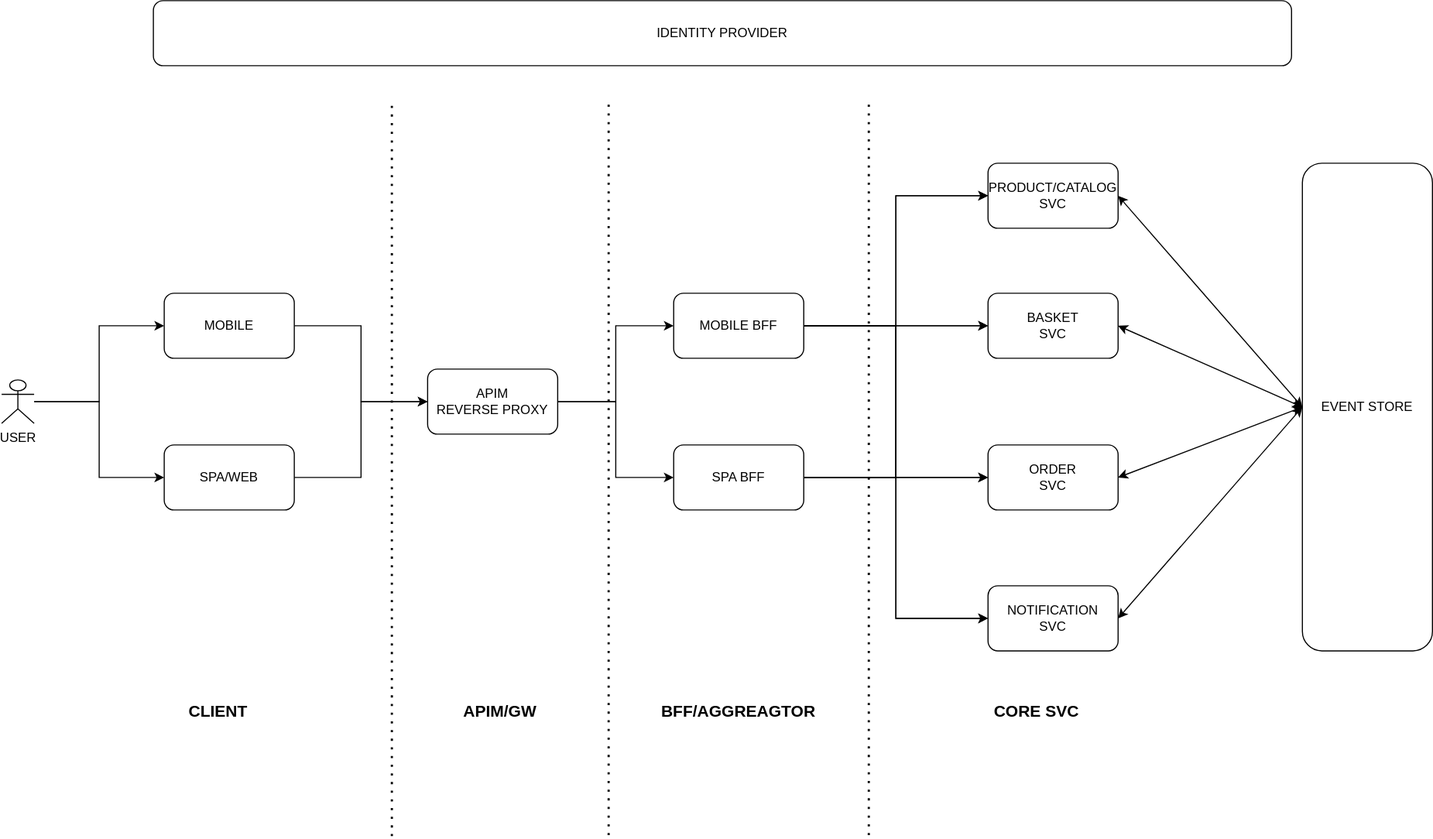
akash-karve-dev/CricketStore keeps this draw.io diagram as SolutionItems/architecture.drawio.svg. Above is the earlier version. Source tidied: cells renumbered, new cells last; positions are measured from the earlier drawing's top-left corner, leaving out a move shared by most shapes.
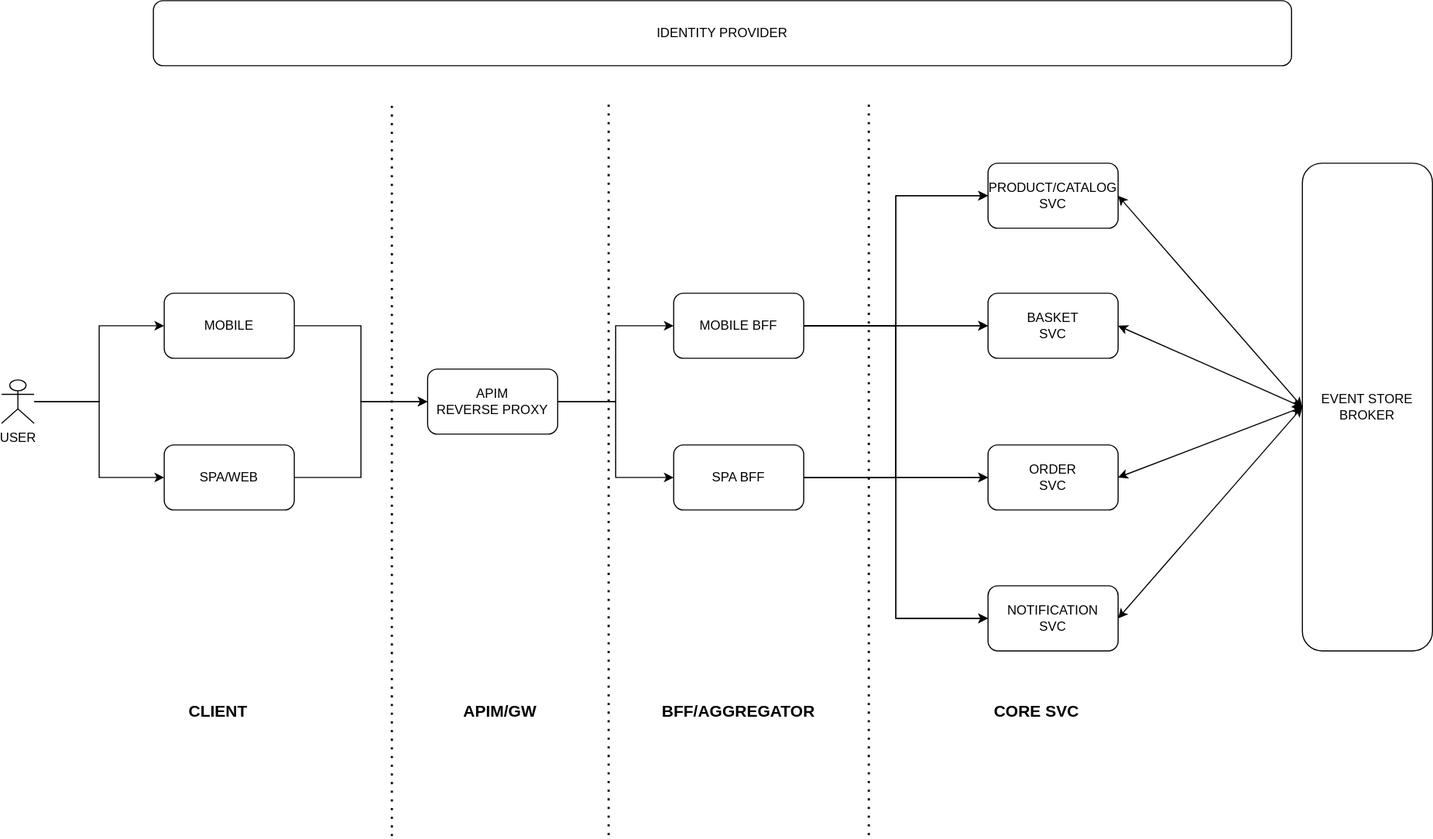
After the change.

Change to the diagram source:
```diff
@@ -101,13 +101,13 @@
     <mxCell id="31" value="&lt;b&gt;&lt;font style=&quot;font-size: 15px;&quot;&gt;APIM/GW&lt;/font&gt;&lt;/b&gt;" style="text;html=1;strokeColor=none;fillColor=none;align=center;verticalAlign=middle;whiteSpace=wrap;rounded=0;" parent="1" vertex="1">
       <mxGeometry x="430" y="640" width="60" height="30" as="geometry" />
     </mxCell>
-    <mxCell id="32" value="&lt;b&gt;&lt;font style=&quot;font-size: 15px;&quot;&gt;BFF/AGGREAGTOR&lt;/font&gt;&lt;/b&gt;" style="text;html=1;strokeColor=none;fillColor=none;align=center;verticalAlign=middle;whiteSpace=wrap;rounded=0;" parent="1" vertex="1">
+    <mxCell id="32" value="&lt;b&gt;&lt;font style=&quot;font-size: 15px;&quot;&gt;BFF/AGGREGATOR&lt;/font&gt;&lt;/b&gt;" style="text;html=1;strokeColor=none;fillColor=none;align=center;verticalAlign=middle;whiteSpace=wrap;rounded=0;" parent="1" vertex="1">
       <mxGeometry x="650" y="640" width="60" height="30" as="geometry" />
     </mxCell>
     <mxCell id="33" value="&lt;span style=&quot;font-size: 15px;&quot;&gt;&lt;b&gt;CORE SVC&lt;/b&gt;&lt;/span&gt;" style="text;html=1;strokeColor=none;fillColor=none;align=center;verticalAlign=middle;whiteSpace=wrap;rounded=0;" parent="1" vertex="1">
       <mxGeometry x="910" y="640" width="90" height="30" as="geometry" />
     </mxCell>
-    <mxCell id="34" value="EVENT STORE" style="rounded=1;whiteSpace=wrap;html=1;" parent="1" vertex="1">
+    <mxCell id="34" value="EVENT STORE&lt;br&gt;BROKER" style="rounded=1;whiteSpace=wrap;html=1;" parent="1" vertex="1">
       <mxGeometry x="1200" y="150" width="120" height="450" as="geometry" />
     </mxCell>
     <mxCell id="35" value="IDENTITY PROVIDER" style="rounded=1;whiteSpace=wrap;html=1;gradientDirection=north;fillColor=none;" parent="1" vertex="1">
```
